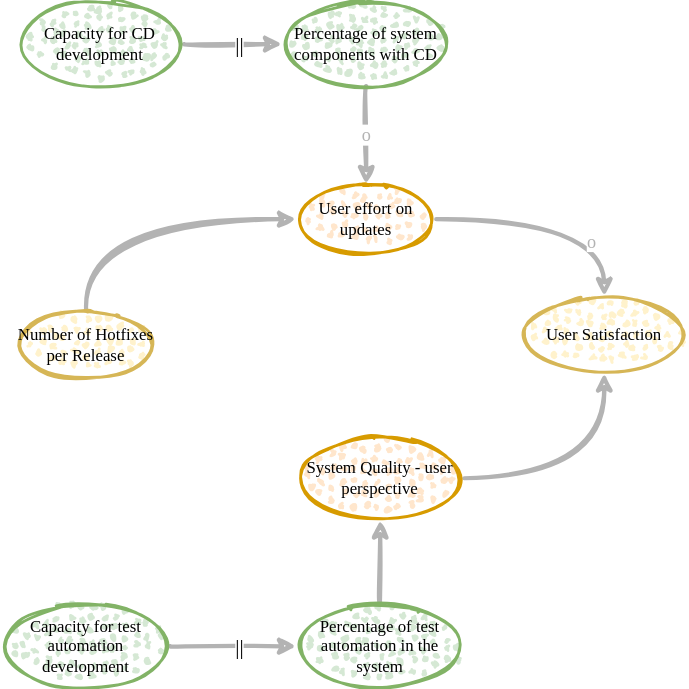
Above: src/slides/drawings/cld.exercise.4.drawio.svg in thomykay/devspace-systemsthinking (draw.io), before the change. Source tidied: cells renumbered, new cells last; positions are measured from the earlier drawing's top-left corner, leaving out a move shared by most shapes.
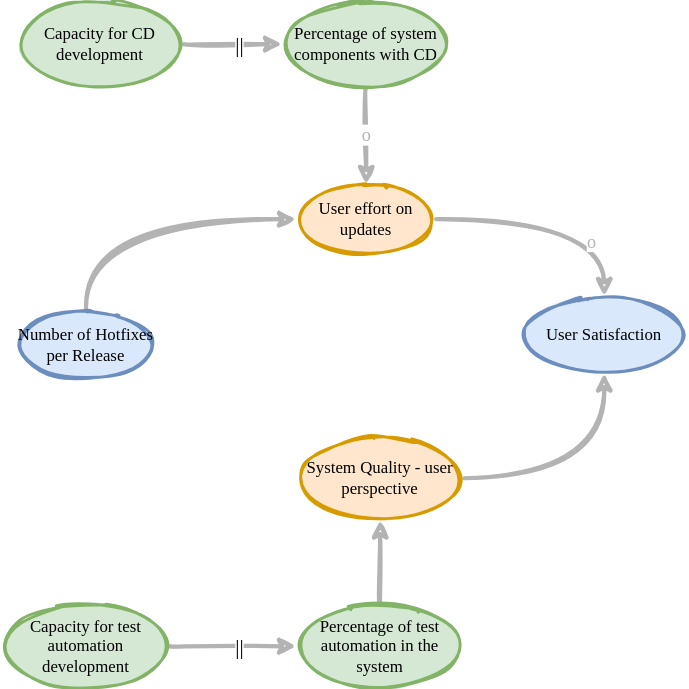
The same file after the commit.

What changed in the source:
```diff
@@ -9,10 +9,10 @@
         </Array>
       </mxGeometry>
     </mxCell>
-    <mxCell id="3" value="&lt;font color=&quot;#000000&quot;&gt;Number of Hotfixes per Release&lt;/font&gt;" style="ellipse;whiteSpace=wrap;html=1;strokeWidth=2;fillWeight=2;hachureGap=8;fillStyle=dots;sketch=1;fontFamily=Comic Sans MS;fillColor=#fff2cc;strokeColor=#d6b656;" parent="1" vertex="1">
+    <mxCell id="3" value="&lt;font color=&quot;#000000&quot;&gt;Number of Hotfixes per Release&lt;/font&gt;" style="ellipse;whiteSpace=wrap;html=1;strokeWidth=2;fillWeight=2;hachureGap=8;fillStyle=solid;sketch=1;fontFamily=Comic Sans MS;fillColor=#dae8fc;strokeColor=#6c8ebf;" parent="1" vertex="1">
       <mxGeometry x="10" y="220" width="100" height="50" as="geometry" />
     </mxCell>
-    <mxCell id="4" value="&lt;font color=&quot;#000000&quot;&gt;User Satisfaction&lt;/font&gt;" style="ellipse;whiteSpace=wrap;html=1;strokeWidth=2;fillWeight=2;hachureGap=8;fillStyle=dots;sketch=1;fontFamily=Comic Sans MS;fillColor=#fff2cc;strokeColor=#d6b656;" parent="1" vertex="1">
+    <mxCell id="4" value="&lt;font color=&quot;#000000&quot;&gt;User Satisfaction&lt;/font&gt;" style="ellipse;whiteSpace=wrap;html=1;strokeWidth=2;fillWeight=2;hachureGap=8;fillStyle=solid;sketch=1;fontFamily=Comic Sans MS;fillColor=#dae8fc;strokeColor=#6c8ebf;" parent="1" vertex="1">
       <mxGeometry x="370" y="210" width="120" height="55" as="geometry" />
     </mxCell>
     <mxCell id="5" style="edgeStyle=orthogonalEdgeStyle;rounded=0;jettySize=auto;html=1;entryX=0.5;entryY=0;entryDx=0;entryDy=0;strokeColor=#B3B3B3;curved=1;strokeWidth=3;sketch=1;fontColor=#B3B3B3;fontFamily=Comic Sans MS;fontSize=13;" parent="1" edge="1" source="7" target="4">
@@ -23,37 +23,37 @@
         <mxPoint x="49" y="-2" as="offset" />
       </mxGeometry>
     </mxCell>
-    <mxCell id="7" value="&lt;font color=&quot;#000000&quot;&gt;User effort on updates&lt;/font&gt;" style="ellipse;whiteSpace=wrap;html=1;strokeWidth=2;fillWeight=2;hachureGap=8;fillStyle=dots;sketch=1;fontFamily=Comic Sans MS;fillColor=#ffe6cc;strokeColor=#d79b00;" parent="1" vertex="1">
+    <mxCell id="7" value="&lt;font color=&quot;#000000&quot;&gt;User effort on updates&lt;/font&gt;" style="ellipse;whiteSpace=wrap;html=1;strokeWidth=2;fillWeight=2;hachureGap=8;fillStyle=solid;sketch=1;fontFamily=Comic Sans MS;fillColor=#ffe6cc;strokeColor=#d79b00;" parent="1" vertex="1">
       <mxGeometry x="210" y="130" width="100" height="50" as="geometry" />
     </mxCell>
     <mxCell id="8" style="edgeStyle=orthogonalEdgeStyle;curved=1;rounded=0;sketch=1;jettySize=auto;html=1;entryX=0.5;entryY=1;entryDx=0;entryDy=0;strokeColor=#B3B3B3;strokeWidth=3;" parent="1" edge="1" source="9" target="4">
       <mxGeometry relative="1" as="geometry" />
     </mxCell>
-    <mxCell id="9" value="&lt;font color=&quot;#000000&quot;&gt;System Quality - user perspective&lt;/font&gt;" style="ellipse;whiteSpace=wrap;html=1;strokeWidth=2;fillWeight=2;hachureGap=8;fillStyle=dots;sketch=1;fontFamily=Comic Sans MS;fillColor=#ffe6cc;strokeColor=#d79b00;" parent="1" vertex="1">
+    <mxCell id="9" value="&lt;font color=&quot;#000000&quot;&gt;System Quality - user perspective&lt;/font&gt;" style="ellipse;whiteSpace=wrap;html=1;strokeWidth=2;fillWeight=2;hachureGap=8;fillStyle=solid;sketch=1;fontFamily=Comic Sans MS;fillColor=#ffe6cc;strokeColor=#d79b00;" parent="1" vertex="1">
       <mxGeometry x="210" y="310" width="120" height="60" as="geometry" />
     </mxCell>
     <mxCell id="10" style="edgeStyle=orthogonalEdgeStyle;curved=1;rounded=0;sketch=1;jettySize=auto;html=1;entryX=0.5;entryY=1;entryDx=0;entryDy=0;strokeColor=#B3B3B3;strokeWidth=3;" parent="1" edge="1" source="11" target="9">
       <mxGeometry relative="1" as="geometry" />
     </mxCell>
-    <mxCell id="11" value="Percentage of test automation in the system" style="ellipse;whiteSpace=wrap;html=1;strokeWidth=2;fillWeight=2;hachureGap=8;fillStyle=dots;sketch=1;fontFamily=Comic Sans MS;fillColor=#d5e8d4;strokeColor=#82b366;" parent="1" vertex="1">
+    <mxCell id="11" value="Percentage of test automation in the system" style="ellipse;whiteSpace=wrap;html=1;strokeWidth=2;fillWeight=2;hachureGap=8;fillStyle=solid;sketch=1;fontFamily=Comic Sans MS;fillColor=#d5e8d4;strokeColor=#82b366;" parent="1" vertex="1">
       <mxGeometry x="210" y="430" width="120" height="60" as="geometry" />
     </mxCell>
     <mxCell id="12" style="edgeStyle=orthogonalEdgeStyle;curved=1;rounded=0;sketch=1;jettySize=auto;html=1;entryX=0;entryY=0.5;entryDx=0;entryDy=0;strokeColor=#B3B3B3;strokeWidth=3;" parent="1" edge="1" source="13" target="11">
       <mxGeometry relative="1" as="geometry" />
     </mxCell>
-    <mxCell id="13" value="Capacity for test automation development" style="ellipse;whiteSpace=wrap;html=1;strokeWidth=2;fillWeight=2;hachureGap=8;fillStyle=dots;sketch=1;fontFamily=Comic Sans MS;fillColor=#d5e8d4;strokeColor=#82b366;" parent="1" vertex="1">
+    <mxCell id="13" value="Capacity for test automation development" style="ellipse;whiteSpace=wrap;html=1;strokeWidth=2;fillWeight=2;hachureGap=8;fillStyle=solid;sketch=1;fontFamily=Comic Sans MS;fillColor=#d5e8d4;strokeColor=#82b366;" parent="1" vertex="1">
       <mxGeometry y="430" width="120" height="60" as="geometry" />
     </mxCell>
     <mxCell id="14" value="o" style="edgeStyle=orthogonalEdgeStyle;curved=1;rounded=0;sketch=1;jettySize=auto;html=1;entryX=0.5;entryY=0;entryDx=0;entryDy=0;strokeColor=#B3B3B3;strokeWidth=3;fontFamily=Comic Sans MS;fontColor=#B3B3B3;fontSize=13;" parent="1" edge="1" source="15" target="7">
       <mxGeometry relative="1" as="geometry" />
     </mxCell>
-    <mxCell id="15" value="Percentage of system components with CD" style="ellipse;whiteSpace=wrap;html=1;strokeWidth=2;fillWeight=2;hachureGap=8;fillStyle=dots;sketch=1;fontFamily=Comic Sans MS;fillColor=#d5e8d4;strokeColor=#82b366;" parent="1" vertex="1">
+    <mxCell id="15" value="Percentage of system components with CD" style="ellipse;whiteSpace=wrap;html=1;strokeWidth=2;fillWeight=2;hachureGap=8;fillStyle=solid;sketch=1;fontFamily=Comic Sans MS;fillColor=#d5e8d4;strokeColor=#82b366;" parent="1" vertex="1">
       <mxGeometry x="200" width="120" height="60" as="geometry" />
     </mxCell>
     <mxCell id="16" style="edgeStyle=orthogonalEdgeStyle;curved=1;rounded=0;sketch=1;jettySize=auto;html=1;entryX=0;entryY=0.5;entryDx=0;entryDy=0;strokeColor=#B3B3B3;strokeWidth=3;" parent="1" edge="1" source="17" target="15">
       <mxGeometry relative="1" as="geometry" />
     </mxCell>
-    <mxCell id="17" value="Capacity for CD development" style="ellipse;whiteSpace=wrap;html=1;strokeWidth=2;fillWeight=2;hachureGap=8;fillStyle=dots;sketch=1;fontFamily=Comic Sans MS;fillColor=#d5e8d4;strokeColor=#82b366;" parent="1" vertex="1">
+    <mxCell id="17" value="Capacity for CD development" style="ellipse;whiteSpace=wrap;html=1;strokeWidth=2;fillWeight=2;hachureGap=8;fillStyle=solid;sketch=1;fontFamily=Comic Sans MS;fillColor=#d5e8d4;strokeColor=#82b366;" parent="1" vertex="1">
       <mxGeometry x="10" width="120" height="60" as="geometry" />
     </mxCell>
     <mxCell id="18" value="||" style="text;html=1;strokeColor=none;fillColor=none;align=center;verticalAlign=middle;whiteSpace=wrap;rounded=0;fontFamily=Comic Sans MS;fontSize=15;rotation=0;labelBackgroundColor=#ffffff;sketch=1;" parent="1" vertex="1">
```
